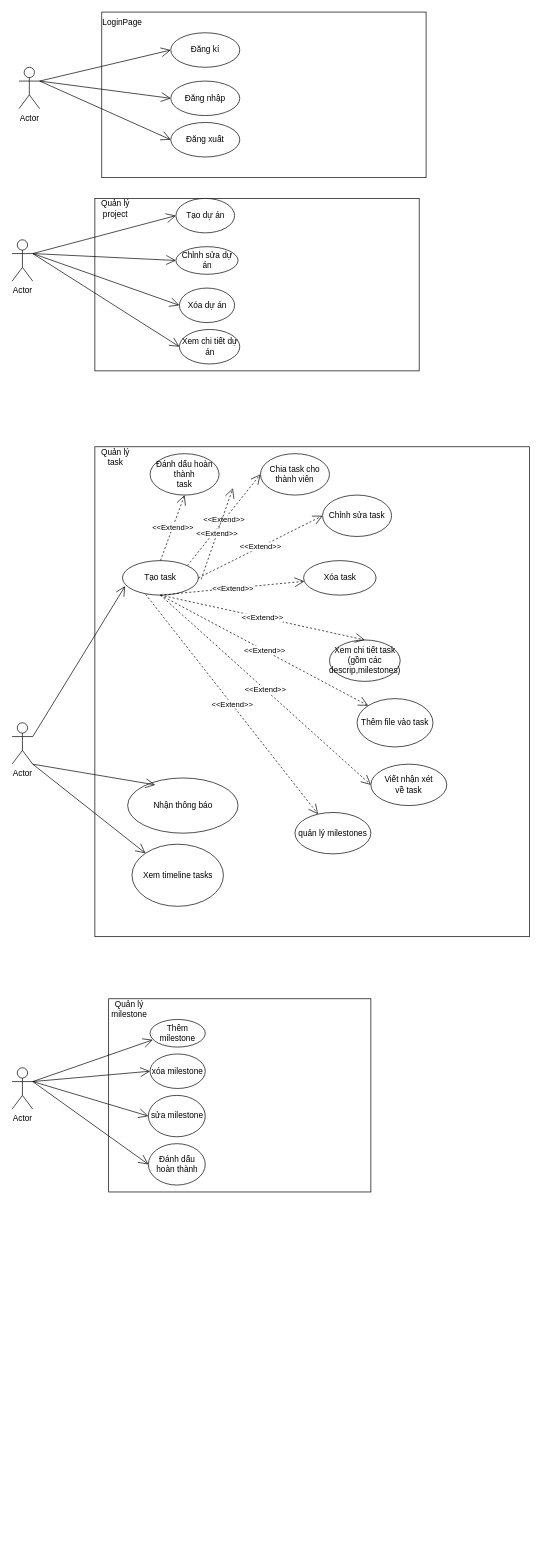
nate-q-136/PBL3 keeps this draw.io diagram as Biểu đồ không có tiêu đề.drawio. Above is the earlier version. Source tidied: cells renumbered, new cells numbered last; positions are measured from the earlier drawing's top-left corner, leaving out a move shared by most shapes. Both pictures are drawn from the tidied source at 69%, with x=0, y=0 at pixel (12, 12).
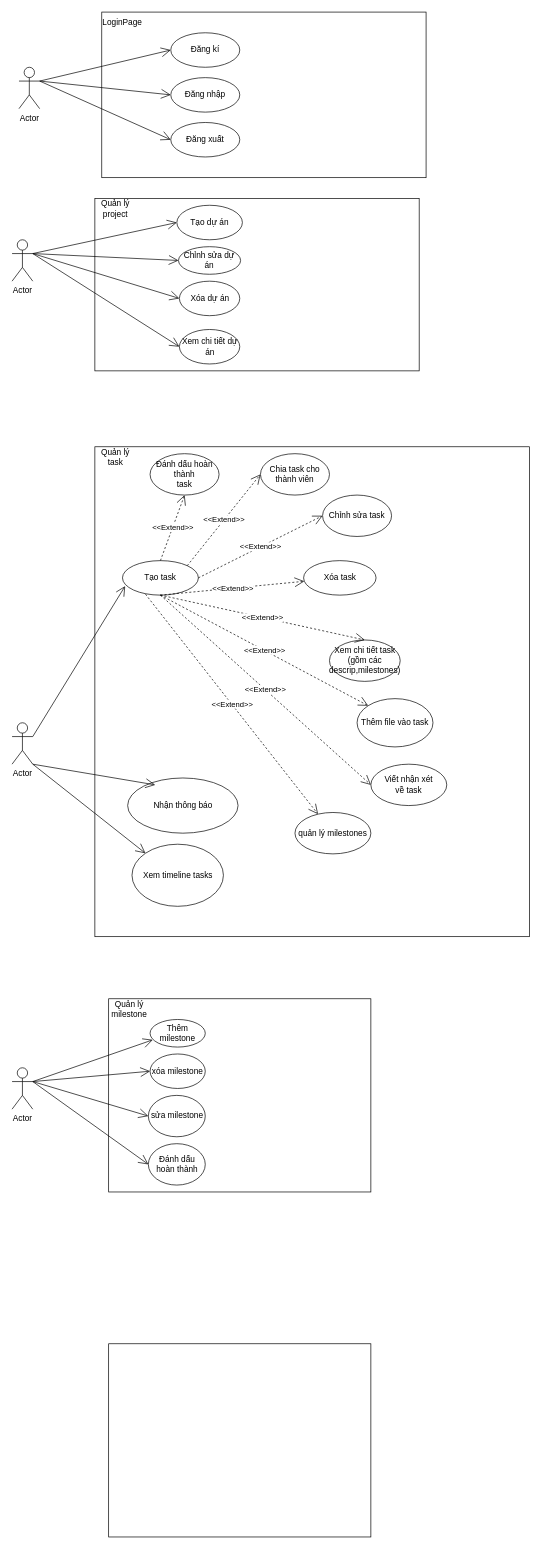
After the change.

The edit, as a diff of the source:
```diff
@@
     <mxCell id="6" value="Đăng nhập" style="ellipse;whiteSpace=wrap;html=1;" parent="1" vertex="1">
-      <mxGeometry x="230" y="100" width="100" height="50" as="geometry" />
+      <mxGeometry x="230" y="95" width="100" height="50" as="geometry" />
     </mxCell>
@@
     <mxCell id="8" value="Chỉnh sửa dự án" style="ellipse;whiteSpace=wrap;html=1;" parent="1" vertex="1">
-      <mxGeometry x="237.5" y="340" width="90" height="40" as="geometry" />
+      <mxGeometry x="241.2" y="340" width="90" height="40" as="geometry" />
     </mxCell>
@@
     <mxCell id="10" value="Tạo dự án" style="ellipse;whiteSpace=wrap;html=1;" parent="1" vertex="1">
-      <mxGeometry x="237.5" y="270" width="85" height="50" as="geometry" />
+      <mxGeometry x="238.8" y="280" width="95" height="50" as="geometry" />
     </mxCell>
     <mxCell id="11" value="Xóa dự án" style="ellipse;whiteSpace=wrap;html=1;" parent="1" vertex="1">
-      <mxGeometry x="242.5" y="400" width="80" height="50" as="geometry" />
+      <mxGeometry x="242.5" y="390" width="87.5" height="50" as="geometry" />
     </mxCell>
@@
-    <mxCell id="40" value="&amp;lt;&amp;lt;Extend&amp;gt;&amp;gt;" style="endArrow=open;endSize=12;dashed=1;html=1;rounded=0;exitX=1;exitY=0;exitDx=0;exitDy=0;entryX=0;entryY=0.5;entryDx=0;entryDy=0;" parent="1" edge="1">
-      <mxGeometry relative="1" as="geometry">
-        <mxPoint x="274" y="822" as="sourcePoint" />
-        <mxPoint x="320" y="690" as="targetPoint" />
-      </mxGeometry>
-    </mxCell>
@@
+    <mxCell id="59" style="rounded=0;whiteSpace=wrap;html=1;" parent="1" vertex="1">
+      <mxGeometry x="140" y="1930" width="380" height="280" as="geometry" />
+    </mxCell>
```
